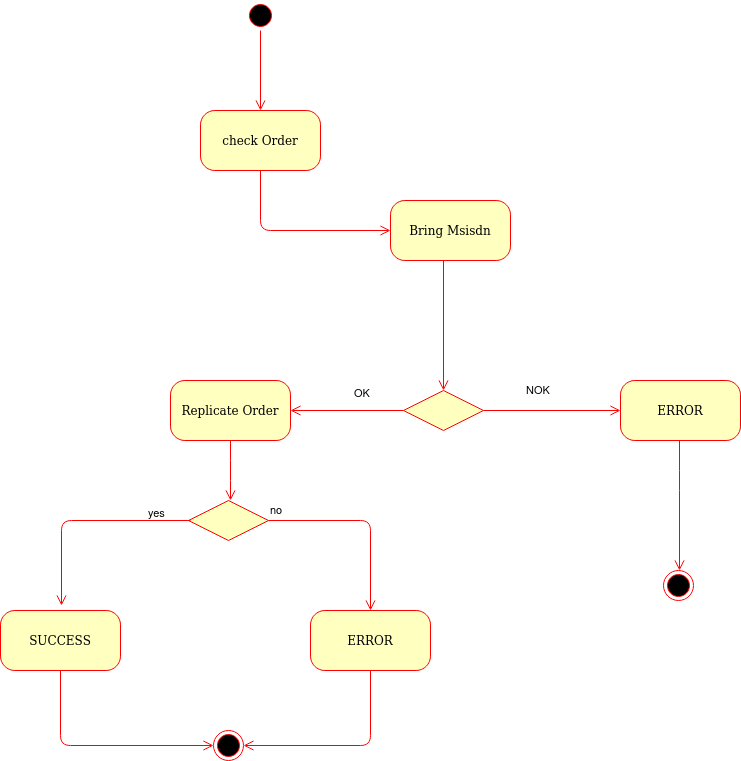
MudBloodArchitekt/draw.io keeps this draw.io diagram as SeqDiagram-CX-VOO-CDC-order-process.png. Above is the earlier version. Source tidied: cells renumbered, new cells last; positions are measured from the earlier drawing's top-left corner, leaving out a move shared by most shapes. Its diagram source:
```xml
<mxGraphModel>
  <root>
    <mxCell id="0" />
    <mxCell id="1" parent="0" />
    <mxCell id="2" style="ellipse;html=1;shape=startState;fillColor=#000000;strokeColor=#ff0000;rounded=1;shadow=0;comic=0;labelBackgroundColor=none;fontFamily=Verdana;fontSize=12;fontColor=#000000;align=center;direction=south;" parent="1" vertex="1">
      <mxGeometry x="245" width="30" height="30" as="geometry" />
    </mxCell>
    <mxCell id="3" value="check Order" style="rounded=1;whiteSpace=wrap;html=1;arcSize=24;fillColor=#ffffc0;strokeColor=#ff0000;shadow=0;comic=0;labelBackgroundColor=none;fontFamily=Verdana;fontSize=12;fontColor=#000000;align=center;" parent="1" vertex="1">
      <mxGeometry x="200" y="110" width="120" height="60" as="geometry" />
    </mxCell>
    <mxCell id="4" value="Bring Msisdn" style="rounded=1;whiteSpace=wrap;html=1;arcSize=24;fillColor=#ffffc0;strokeColor=#ff0000;shadow=0;comic=0;labelBackgroundColor=none;fontFamily=Verdana;fontSize=12;fontColor=#000000;align=center;" parent="1" vertex="1">
      <mxGeometry x="390" y="200" width="120" height="60" as="geometry" />
    </mxCell>
    <mxCell id="5" value="Replicate Order" style="rounded=1;whiteSpace=wrap;html=1;arcSize=24;fillColor=#ffffc0;strokeColor=#ff0000;shadow=0;comic=0;labelBackgroundColor=none;fontFamily=Verdana;fontSize=12;fontColor=#000000;align=center;" parent="1" vertex="1">
      <mxGeometry x="170" y="380" width="120" height="60" as="geometry" />
    </mxCell>
    <mxCell id="6" value="ERROR" style="rounded=1;whiteSpace=wrap;html=1;arcSize=24;fillColor=#ffffc0;strokeColor=#ff0000;shadow=0;comic=0;labelBackgroundColor=none;fontFamily=Verdana;fontSize=12;fontColor=#000000;align=center;" parent="1" vertex="1">
      <mxGeometry x="620" y="380" width="120" height="60" as="geometry" />
    </mxCell>
    <mxCell id="7" style="edgeStyle=orthogonalEdgeStyle;html=1;labelBackgroundColor=none;endArrow=open;endSize=8;strokeColor=#ff0000;fontFamily=Verdana;fontSize=12;align=left;" parent="1" edge="1" source="2" target="3">
      <mxGeometry relative="1" as="geometry" />
    </mxCell>
    <mxCell id="8" style="edgeStyle=orthogonalEdgeStyle;html=1;labelBackgroundColor=none;endArrow=open;endSize=8;strokeColor=#ff0000;fontFamily=Verdana;fontSize=12;align=left;exitX=0.5;exitY=1;exitDx=0;exitDy=0;" parent="1" edge="1" source="3" target="4">
      <mxGeometry relative="1" as="geometry">
        <Array as="points">
          <mxPoint x="260" y="230" />
        </Array>
      </mxGeometry>
    </mxCell>
    <mxCell id="9" style="ellipse;html=1;shape=endState;fillColor=#000000;strokeColor=#ff0000;rounded=1;shadow=0;comic=0;labelBackgroundColor=none;fontFamily=Verdana;fontSize=12;fontColor=#000000;align=center;" parent="1" vertex="1">
      <mxGeometry x="663" y="570" width="30" height="30" as="geometry" />
    </mxCell>
    <mxCell id="10" style="rhombus;whiteSpace=wrap;html=1;fillColor=#ffffc0;strokeColor=#ff0000;" parent="1" vertex="1">
      <mxGeometry x="403" y="390" width="80" height="40" as="geometry" />
    </mxCell>
    <mxCell id="11" value="NOK" style="edgeStyle=orthogonalEdgeStyle;html=1;align=left;verticalAlign=bottom;endArrow=open;endSize=8;strokeColor=#ff0000;entryX=0;entryY=0.5;entryDx=0;entryDy=0;exitX=1;exitY=0.5;exitDx=0;exitDy=0;" parent="1" edge="1" source="10" target="6">
      <mxGeometry x="-0.4" y="10" relative="1" as="geometry">
        <Array as="points">
          <mxPoint x="483" y="410" />
        </Array>
      </mxGeometry>
    </mxCell>
    <mxCell id="12" value="OK" style="edgeStyle=orthogonalEdgeStyle;html=1;align=left;verticalAlign=top;endArrow=open;endSize=8;strokeColor=#ff0000;exitX=0;exitY=0.5;exitDx=0;exitDy=0;entryX=1;entryY=0.5;entryDx=0;entryDy=0;" parent="1" edge="1" source="10" target="5">
      <mxGeometry x="-0.09" y="-30" relative="1" as="geometry" />
    </mxCell>
    <mxCell id="13" style="edgeStyle=orthogonalEdgeStyle;html=1;align=left;verticalAlign=bottom;endArrow=open;endSize=8;strokeColor=#ff0000;entryX=0.5;entryY=0;entryDx=0;entryDy=0;" parent="1" edge="1">
      <mxGeometry x="-0.54" y="71" relative="1" as="geometry">
        <mxPoint x="679" y="440" as="sourcePoint" />
        <mxPoint x="679" y="570" as="targetPoint" />
        <Array as="points">
          <mxPoint x="679" y="480" />
          <mxPoint x="679" y="480" />
        </Array>
      </mxGeometry>
    </mxCell>
    <mxCell id="14" style="edgeStyle=orthogonalEdgeStyle;html=1;labelBackgroundColor=none;endArrow=open;endSize=8;strokeColor=#ff0000;fontFamily=Verdana;fontSize=12;align=left;entryX=0.5;entryY=0;entryDx=0;entryDy=0;" parent="1" edge="1" target="10">
      <mxGeometry relative="1" as="geometry">
        <mxPoint x="443" y="260" as="sourcePoint" />
        <Array as="points">
          <mxPoint x="443" y="260" />
        </Array>
      </mxGeometry>
    </mxCell>
    <mxCell id="15" value="SUCCESS" style="rounded=1;whiteSpace=wrap;html=1;arcSize=24;fillColor=#ffffc0;strokeColor=#ff0000;shadow=0;comic=0;labelBackgroundColor=none;fontFamily=Verdana;fontSize=12;fontColor=#000000;align=center;" parent="1" vertex="1">
      <mxGeometry y="610" width="120" height="60" as="geometry" />
    </mxCell>
    <mxCell id="16" value="ERROR" style="rounded=1;whiteSpace=wrap;html=1;arcSize=24;fillColor=#ffffc0;strokeColor=#ff0000;shadow=0;comic=0;labelBackgroundColor=none;fontFamily=Verdana;fontSize=12;fontColor=#000000;align=center;" parent="1" vertex="1">
      <mxGeometry x="310" y="610" width="120" height="60" as="geometry" />
    </mxCell>
    <mxCell id="17" style="rhombus;whiteSpace=wrap;html=1;fillColor=#ffffc0;strokeColor=#ff0000;" parent="1" vertex="1">
      <mxGeometry x="188" y="500" width="80" height="40" as="geometry" />
    </mxCell>
    <mxCell id="18" value="no" style="edgeStyle=orthogonalEdgeStyle;html=1;align=left;verticalAlign=bottom;endArrow=open;endSize=8;strokeColor=#ff0000;entryX=0.5;entryY=0;entryDx=0;entryDy=0;" parent="1" edge="1" source="17" target="16">
      <mxGeometry x="-1" relative="1" as="geometry" />
    </mxCell>
    <mxCell id="19" value="yes" style="edgeStyle=orthogonalEdgeStyle;html=1;align=left;verticalAlign=top;endArrow=open;endSize=8;strokeColor=#ff0000;entryX=0.35;entryY=-0.083;entryDx=0;entryDy=0;entryPerimeter=0;" parent="1" edge="1">
      <mxGeometry x="-0.59" y="-20" relative="1" as="geometry">
        <mxPoint x="190" y="520" as="sourcePoint" />
        <mxPoint x="61" y="605" as="targetPoint" />
        <Array as="points">
          <mxPoint x="61" y="520" />
        </Array>
      </mxGeometry>
    </mxCell>
    <mxCell id="20" style="edgeStyle=orthogonalEdgeStyle;html=1;labelBackgroundColor=none;endArrow=open;endSize=8;strokeColor=#ff0000;fontFamily=Verdana;fontSize=12;align=left;exitX=0.5;exitY=1;exitDx=0;exitDy=0;" parent="1" edge="1" source="5">
      <mxGeometry relative="1" as="geometry">
        <mxPoint x="230" y="500" as="targetPoint" />
        <Array as="points">
          <mxPoint x="230" y="470" />
          <mxPoint x="230" y="470" />
        </Array>
      </mxGeometry>
    </mxCell>
    <mxCell id="21" style="ellipse;html=1;shape=endState;fillColor=#000000;strokeColor=#ff0000;rounded=1;shadow=0;comic=0;labelBackgroundColor=none;fontFamily=Verdana;fontSize=12;fontColor=#000000;align=center;" parent="1" vertex="1">
      <mxGeometry x="213" y="730" width="30" height="30" as="geometry" />
    </mxCell>
    <mxCell id="22" style="edgeStyle=orthogonalEdgeStyle;html=1;align=left;verticalAlign=top;endArrow=open;endSize=8;strokeColor=#ff0000;entryX=0;entryY=0.5;entryDx=0;entryDy=0;exitX=0.5;exitY=1;exitDx=0;exitDy=0;" parent="1" edge="1" source="15" target="21">
      <mxGeometry x="-0.34" y="-20" relative="1" as="geometry">
        <Array as="points">
          <mxPoint x="60" y="745" />
        </Array>
        <mxPoint x="-20" y="-20" as="offset" />
      </mxGeometry>
    </mxCell>
    <mxCell id="23" style="edgeStyle=orthogonalEdgeStyle;html=1;align=left;verticalAlign=top;endArrow=open;endSize=8;strokeColor=#ff0000;exitX=0.5;exitY=1;exitDx=0;exitDy=0;entryX=1;entryY=0.5;entryDx=0;entryDy=0;" parent="1" edge="1" source="16" target="21">
      <mxGeometry x="0.04" y="-25" relative="1" as="geometry">
        <Array as="points">
          <mxPoint x="370" y="745" />
        </Array>
      </mxGeometry>
    </mxCell>
  </root>
</mxGraphModel>
```
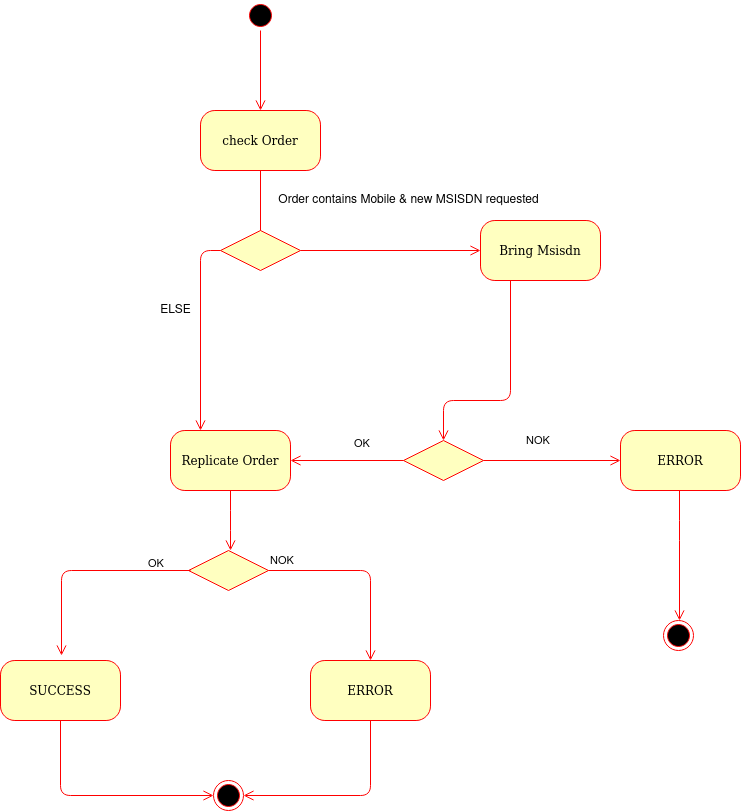
The same file after the commit.

Change to the diagram source:
```diff
@@ -3,13 +3,13 @@
     <mxCell id="0" />
     <mxCell id="1" parent="0" />
     <mxCell id="2" style="ellipse;html=1;shape=startState;fillColor=#000000;strokeColor=#ff0000;rounded=1;shadow=0;comic=0;labelBackgroundColor=none;fontFamily=Verdana;fontSize=12;fontColor=#000000;align=center;direction=south;" parent="1" vertex="1">
-      <mxGeometry x="245" width="30" height="30" as="geometry" />
+      <mxGeometry x="245" y="-50" width="30" height="30" as="geometry" />
     </mxCell>
     <mxCell id="3" value="check Order" style="rounded=1;whiteSpace=wrap;html=1;arcSize=24;fillColor=#ffffc0;strokeColor=#ff0000;shadow=0;comic=0;labelBackgroundColor=none;fontFamily=Verdana;fontSize=12;fontColor=#000000;align=center;" parent="1" vertex="1">
-      <mxGeometry x="200" y="110" width="120" height="60" as="geometry" />
+      <mxGeometry x="200" y="60" width="120" height="60" as="geometry" />
     </mxCell>
     <mxCell id="4" value="Bring Msisdn" style="rounded=1;whiteSpace=wrap;html=1;arcSize=24;fillColor=#ffffc0;strokeColor=#ff0000;shadow=0;comic=0;labelBackgroundColor=none;fontFamily=Verdana;fontSize=12;fontColor=#000000;align=center;" parent="1" vertex="1">
-      <mxGeometry x="390" y="200" width="120" height="60" as="geometry" />
+      <mxGeometry x="480" y="170" width="120" height="60" as="geometry" />
     </mxCell>
     <mxCell id="5" value="Replicate Order" style="rounded=1;whiteSpace=wrap;html=1;arcSize=24;fillColor=#ffffc0;strokeColor=#ff0000;shadow=0;comic=0;labelBackgroundColor=none;fontFamily=Verdana;fontSize=12;fontColor=#000000;align=center;" parent="1" vertex="1">
       <mxGeometry x="170" y="380" width="120" height="60" as="geometry" />
@@ -20,10 +20,10 @@
     <mxCell id="7" style="edgeStyle=orthogonalEdgeStyle;html=1;labelBackgroundColor=none;endArrow=open;endSize=8;strokeColor=#ff0000;fontFamily=Verdana;fontSize=12;align=left;" parent="1" edge="1" source="2" target="3">
       <mxGeometry relative="1" as="geometry" />
     </mxCell>
-    <mxCell id="8" style="edgeStyle=orthogonalEdgeStyle;html=1;labelBackgroundColor=none;endArrow=open;endSize=8;strokeColor=#ff0000;fontFamily=Verdana;fontSize=12;align=left;exitX=0.5;exitY=1;exitDx=0;exitDy=0;" parent="1" edge="1" source="3" target="4">
+    <mxCell id="8" style="edgeStyle=orthogonalEdgeStyle;html=1;labelBackgroundColor=none;endArrow=open;endSize=8;strokeColor=#ff0000;fontFamily=Verdana;fontSize=12;align=left;exitX=0.5;exitY=1;exitDx=0;exitDy=0;entryX=0.5;entryY=0;entryDx=0;entryDy=0;" parent="1" edge="1" source="3" target="24">
       <mxGeometry relative="1" as="geometry">
         <Array as="points">
-          <mxPoint x="260" y="230" />
+          <mxPoint x="260" y="210" />
         </Array>
       </mxGeometry>
     </mxCell>
@@ -53,11 +53,11 @@
         </Array>
       </mxGeometry>
     </mxCell>
-    <mxCell id="14" style="edgeStyle=orthogonalEdgeStyle;html=1;labelBackgroundColor=none;endArrow=open;endSize=8;strokeColor=#ff0000;fontFamily=Verdana;fontSize=12;align=left;entryX=0.5;entryY=0;entryDx=0;entryDy=0;" parent="1" edge="1" target="10">
+    <mxCell id="14" style="edgeStyle=orthogonalEdgeStyle;html=1;labelBackgroundColor=none;endArrow=open;endSize=8;strokeColor=#ff0000;fontFamily=Verdana;fontSize=12;align=left;entryX=0.5;entryY=0;entryDx=0;entryDy=0;exitX=0.25;exitY=1;exitDx=0;exitDy=0;" parent="1" edge="1" source="4" target="10">
       <mxGeometry relative="1" as="geometry">
-        <mxPoint x="443" y="260" as="sourcePoint" />
         <Array as="points">
-          <mxPoint x="443" y="260" />
+          <mxPoint x="510" y="350" />
+          <mxPoint x="443" y="350" />
         </Array>
       </mxGeometry>
     </mxCell>
@@ -70,10 +70,10 @@
     <mxCell id="17" style="rhombus;whiteSpace=wrap;html=1;fillColor=#ffffc0;strokeColor=#ff0000;" parent="1" vertex="1">
       <mxGeometry x="188" y="500" width="80" height="40" as="geometry" />
     </mxCell>
-    <mxCell id="18" value="no" style="edgeStyle=orthogonalEdgeStyle;html=1;align=left;verticalAlign=bottom;endArrow=open;endSize=8;strokeColor=#ff0000;entryX=0.5;entryY=0;entryDx=0;entryDy=0;" parent="1" edge="1" source="17" target="16">
+    <mxCell id="18" value="NOK" style="edgeStyle=orthogonalEdgeStyle;html=1;align=left;verticalAlign=bottom;endArrow=open;endSize=8;strokeColor=#ff0000;entryX=0.5;entryY=0;entryDx=0;entryDy=0;" parent="1" edge="1" source="17" target="16">
       <mxGeometry x="-1" relative="1" as="geometry" />
     </mxCell>
-    <mxCell id="19" value="yes" style="edgeStyle=orthogonalEdgeStyle;html=1;align=left;verticalAlign=top;endArrow=open;endSize=8;strokeColor=#ff0000;entryX=0.35;entryY=-0.083;entryDx=0;entryDy=0;entryPerimeter=0;" parent="1" edge="1">
+    <mxCell id="19" value="OK" style="edgeStyle=orthogonalEdgeStyle;html=1;align=left;verticalAlign=top;endArrow=open;endSize=8;strokeColor=#ff0000;entryX=0.35;entryY=-0.083;entryDx=0;entryDy=0;entryPerimeter=0;" parent="1" edge="1">
       <mxGeometry x="-0.59" y="-20" relative="1" as="geometry">
         <mxPoint x="190" y="520" as="sourcePoint" />
         <mxPoint x="61" y="605" as="targetPoint" />
@@ -109,5 +109,24 @@
         </Array>
       </mxGeometry>
     </mxCell>
+    <mxCell id="24" style="rhombus;whiteSpace=wrap;html=1;fillColor=#ffffc0;strokeColor=#ff0000;" parent="1" vertex="1">
+      <mxGeometry x="220" y="180" width="80" height="40" as="geometry" />
+    </mxCell>
+    <mxCell id="25" style="edgeStyle=orthogonalEdgeStyle;html=1;labelBackgroundColor=none;endArrow=open;endSize=8;strokeColor=#ff0000;fontFamily=Verdana;fontSize=12;align=left;entryX=0.25;entryY=0;entryDx=0;entryDy=0;exitX=0;exitY=0.5;exitDx=0;exitDy=0;" parent="1" edge="1" source="24" target="5">
+      <mxGeometry relative="1" as="geometry">
+        <Array as="points">
+          <mxPoint x="200" y="200" />
+        </Array>
+      </mxGeometry>
+    </mxCell>
+    <mxCell id="26" style="edgeStyle=orthogonalEdgeStyle;html=1;labelBackgroundColor=none;endArrow=open;endSize=8;strokeColor=#ff0000;fontFamily=Verdana;fontSize=12;align=left;exitX=1;exitY=0.5;exitDx=0;exitDy=0;entryX=0;entryY=0.5;entryDx=0;entryDy=0;" parent="1" edge="1" source="24" target="4">
+      <mxGeometry relative="1" as="geometry" />
+    </mxCell>
+    <mxCell id="27" value="Order contains Mobile &amp;amp; new MSISDN requested" style="text;html=1;align=center;verticalAlign=middle;" parent="1" vertex="1">
+      <mxGeometry x="268" y="140" width="280" height="20" as="geometry" />
+    </mxCell>
+    <mxCell id="28" value="ELSE" style="text;html=1;align=center;verticalAlign=middle;" parent="1" vertex="1">
+      <mxGeometry x="150" y="250" width="50" height="20" as="geometry" />
+    </mxCell>
   </root>
 </mxGraphModel>
```
